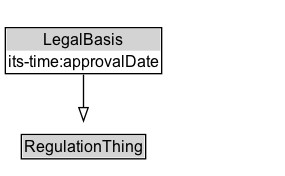
This is docs/diagrams/LegalBasis.dot.png from k-vaughn/ontology-its-regulation, a Graphviz export, as it was before one commit. Its source is kept beside it as docs/diagrams/LegalBasis.dot.
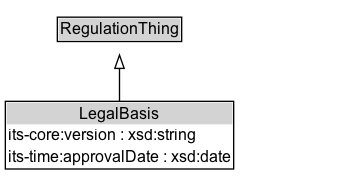
The same diagram one commit later.

Change to the diagram source:
```diff
@@ -2,7 +2,11 @@
 	graph [overlap=false rankdir=TB splines=true]
 	node [fontname=Arial fontsize=12 margin=0 shape=none]
 	edge [fontname=Arial fontsize=11]
-	LegalBasis [label=<<TABLE BORDER="1" CELLBORDER="0" CELLSPACING="0" CELLPADDING="1"><TR><TD BGCOLOR="lightgray" ALIGN="CENTER">LegalBasis</TD></TR><TR><TD ALIGN="LEFT">its-time:approvalDate</TD></TR></TABLE>> URL="../LegalBasis" margin=0]
+	{
+		rank=source
+		RegulationThing [label=<<TABLE BORDER="1" CELLBORDER="0" CELLSPACING="0" CELLPADDING="1"><TR><TD BGCOLOR="lightgray" ALIGN="CENTER">RegulationThing</TD></TR></TABLE>> URL="../RegulationThing" margin=0]
+	}
+	LegalBasis [label=<<TABLE BORDER="1" CELLBORDER="0" CELLSPACING="0" CELLPADDING="1"><TR><TD BGCOLOR="lightgray" ALIGN="CENTER">LegalBasis</TD></TR><TR><TD ALIGN="LEFT">its-core:version : xsd:string</TD></TR><TR><TD ALIGN="LEFT">its-time:approvalDate : xsd:date</TD></TR></TABLE>> URL="../LegalBasis" margin=0]
 	{
 		rank=max
 	}
@@ -10,6 +14,5 @@
 		label="" style=invis
 		Invis [label=<<TABLE BORDER="0" CELLBORDER="0" CELLSPACING="0" CELLPADDING="1"><TR><TD></TD></TR></TABLE>> margin=0 style=invis]
 	}
-	RegulationThing [label=<<TABLE BORDER="1" CELLBORDER="0" CELLSPACING="0" CELLPADDING="1"><TR><TD BGCOLOR="lightgray" ALIGN="CENTER">RegulationThing</TD></TR></TABLE>> URL="../RegulationThing" margin=0]
 	LegalBasis -> RegulationThing [arrowhead=onormal style=solid]
 }
```
